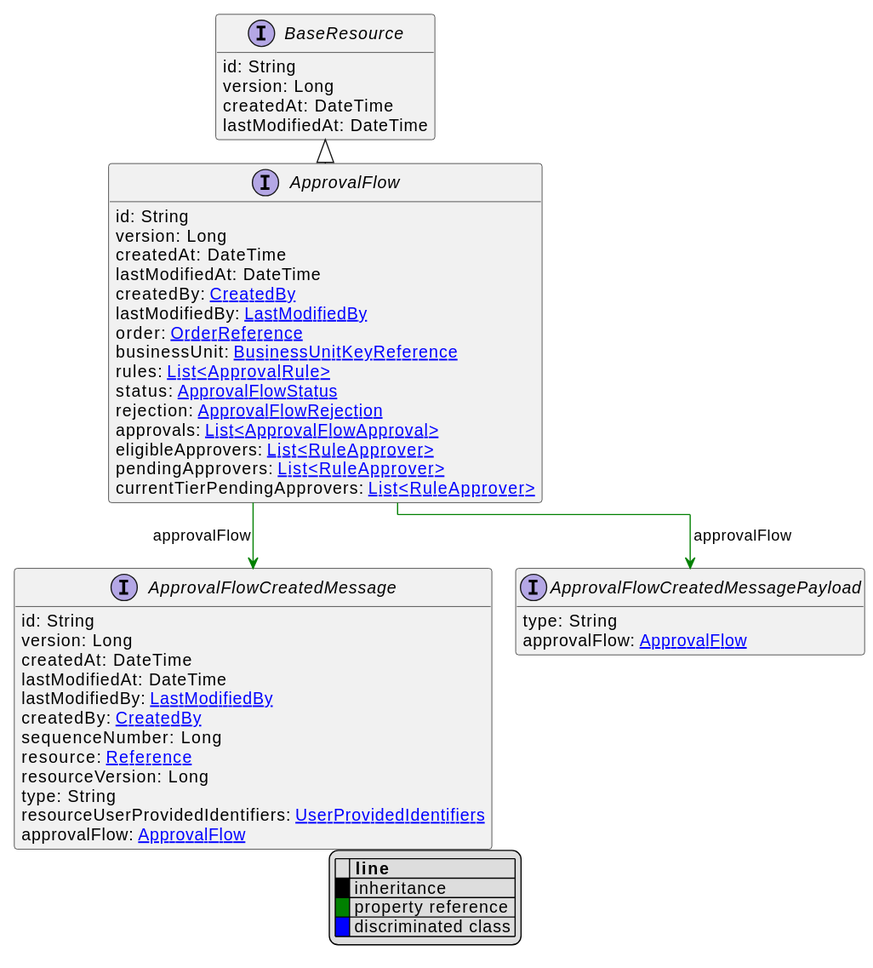
Earlier version of the PlantUML export uml/api/svg/ApprovalFlow.svg (commercetools/commercetools-api-reference). Its diagram source:
```plantuml
@startuml
!pragma layout elk
hide empty fields
hide empty methods
legend
|= |= line |
|<back:black>   </back>| inheritance |
|<back:green>   </back>| property reference |
|<back:blue>   </back>| discriminated class |
endlegend
interface ApprovalFlow [[ApprovalFlow.svg]] extends BaseResource {
    id: String
    version: Long
    createdAt: DateTime
    lastModifiedAt: DateTime
    createdBy: [[CreatedBy.svg CreatedBy]]
    lastModifiedBy: [[LastModifiedBy.svg LastModifiedBy]]
    order: [[OrderReference.svg OrderReference]]
    businessUnit: [[BusinessUnitKeyReference.svg BusinessUnitKeyReference]]
    rules: [[ApprovalRule.svg List<ApprovalRule>]]
    status: [[ApprovalFlowStatus.svg ApprovalFlowStatus]]
    rejection: [[ApprovalFlowRejection.svg ApprovalFlowRejection]]
    approvals: [[ApprovalFlowApproval.svg List<ApprovalFlowApproval>]]
    eligibleApprovers: [[RuleApprover.svg List<RuleApprover>]]
    pendingApprovers: [[RuleApprover.svg List<RuleApprover>]]
    currentTierPendingApprovers: [[RuleApprover.svg List<RuleApprover>]]
}
interface BaseResource [[BaseResource.svg]]  {
    id: String
    version: Long
    createdAt: DateTime
    lastModifiedAt: DateTime
}


interface ApprovalFlowCreatedMessage [[ApprovalFlowCreatedMessage.svg]]  {
    id: String
    version: Long
    createdAt: DateTime
    lastModifiedAt: DateTime
    lastModifiedBy: [[LastModifiedBy.svg LastModifiedBy]]
    createdBy: [[CreatedBy.svg CreatedBy]]
    sequenceNumber: Long
    resource: [[Reference.svg Reference]]
    resourceVersion: Long
    type: String
    resourceUserProvidedIdentifiers: [[UserProvidedIdentifiers.svg UserProvidedIdentifiers]]
    approvalFlow: [[ApprovalFlow.svg ApprovalFlow]]
}
interface ApprovalFlowCreatedMessagePayload [[ApprovalFlowCreatedMessagePayload.svg]]  {
    type: String
    approvalFlow: [[ApprovalFlow.svg ApprovalFlow]]
}

ApprovalFlow --> ApprovalFlowCreatedMessage #green;text:green : "approvalFlow"
ApprovalFlow --> ApprovalFlowCreatedMessagePayload #green;text:green : "approvalFlow"
@enduml
```
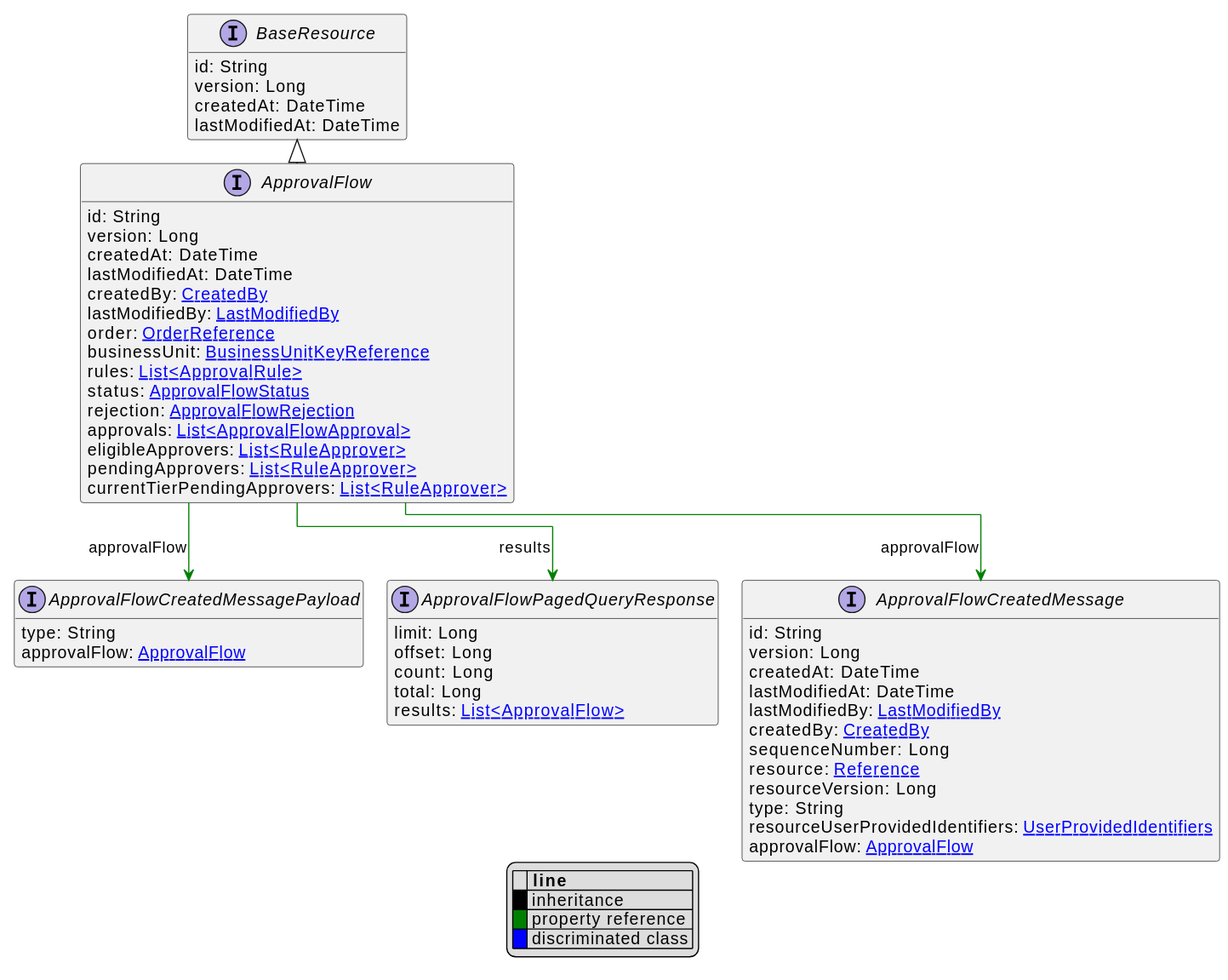
After the change.

The edit, as a diff of the source:
```diff
@@ -33,6 +33,13 @@
 }
 
 
+interface ApprovalFlowPagedQueryResponse [[ApprovalFlowPagedQueryResponse.svg]]  {
+    limit: Long
+    offset: Long
+    count: Long
+    total: Long
+    results: [[ApprovalFlow.svg List<ApprovalFlow>]]
+}
 interface ApprovalFlowCreatedMessage [[ApprovalFlowCreatedMessage.svg]]  {
     id: String
     version: Long
@@ -52,6 +59,7 @@
     approvalFlow: [[ApprovalFlow.svg ApprovalFlow]]
 }
 
+ApprovalFlow --> ApprovalFlowPagedQueryResponse #green;text:green : "results"
 ApprovalFlow --> ApprovalFlowCreatedMessage #green;text:green : "approvalFlow"
 ApprovalFlow --> ApprovalFlowCreatedMessagePayload #green;text:green : "approvalFlow"
 @enduml
```
